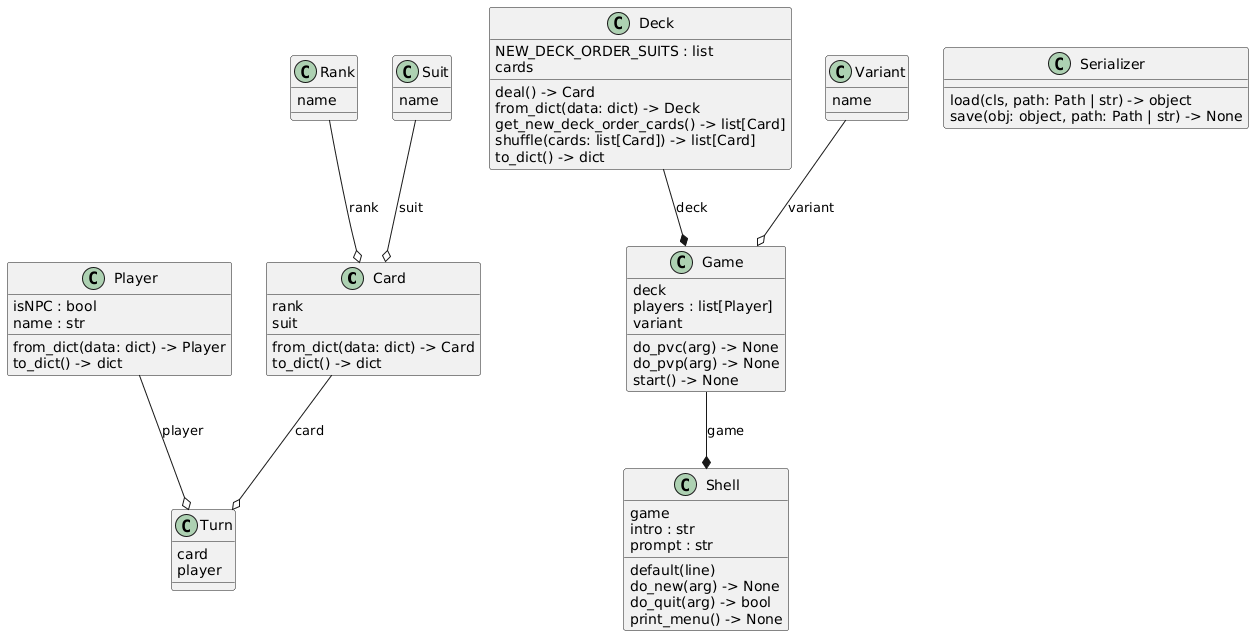
Earlier version of the PlantUML export docs/uml/png/classes_war.png (b3h3m0th/war).
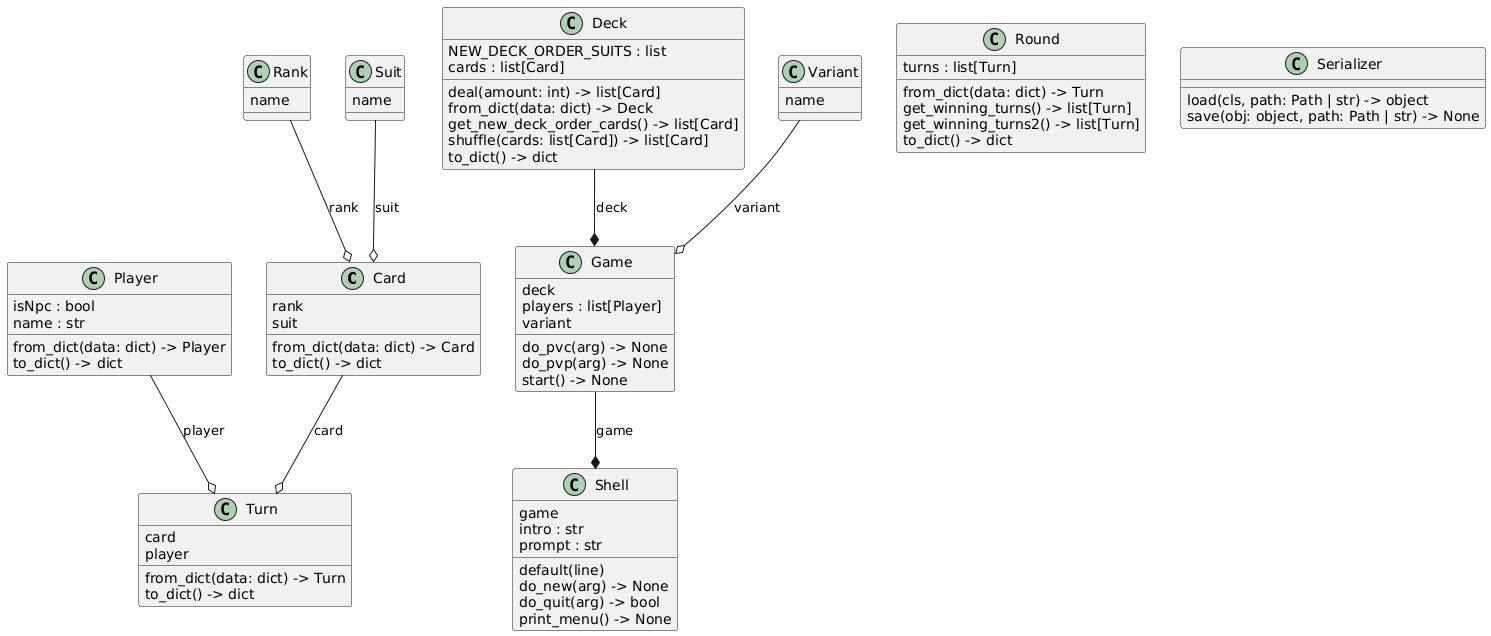
The same diagram one commit later.

What changed in the source:
```diff
@@ -8,8 +8,8 @@
 }
 class "Deck" as models.deck.Deck {
   NEW_DECK_ORDER_SUITS : list
-  cards
-  deal() -> Card
+  cards : list[Card]
+  deal(amount: int) -> list[Card]
   from_dict(data: dict) -> Deck
   get_new_deck_order_cards() -> list[Card]
   shuffle(cards: list[Card]) -> list[Card]
@@ -24,13 +24,20 @@
   start() -> None
 }
 class "Player" as models.player.Player {
-  isNPC : bool
+  isNpc : bool
   name : str
   from_dict(data: dict) -> Player
   to_dict() -> dict
 }
 class "Rank" as enums.rank.Rank {
   name
+}
+class "Round" as models.round.Round {
+  turns : list[Turn]
+  from_dict(data: dict) -> Turn
+  get_winning_turns() -> list[Turn]
+  get_winning_turns2() -> list[Turn]
+  to_dict() -> dict
 }
 class "Serializer" as utils.serializer.Serializer {
   load(cls, path: Path | str) -> object
@@ -51,6 +58,8 @@
 class "Turn" as models.turn.Turn {
   card
   player
+  from_dict(data: dict) -> Turn
+  to_dict() -> dict
 }
 class "Variant" as enums.variant.Variant {
   name
```
